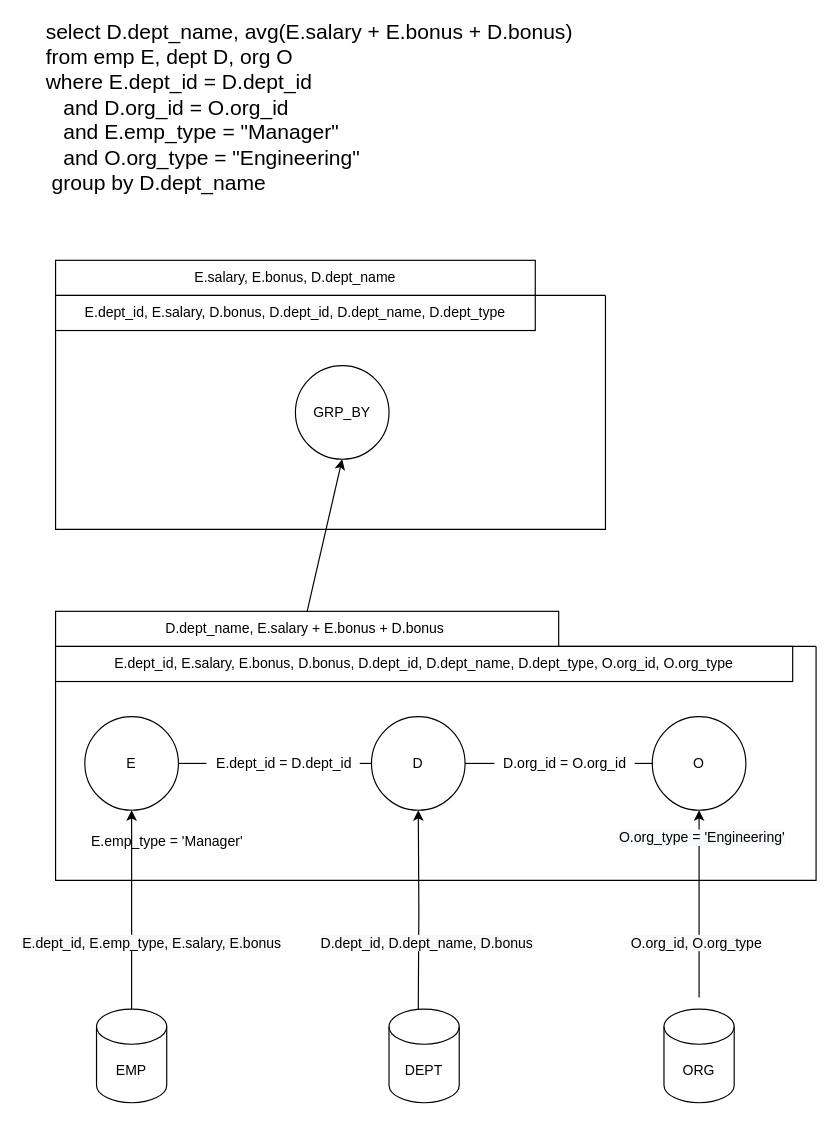
The draw.io diagram querygraph.drawio in adarshpannu/kona, before the edit. Source tidied: cells renumbered, new cells numbered last; positions are measured from the earlier drawing's top-left corner, leaving out a move shared by most shapes. Both pictures are drawn from the tidied source at 117%, with x=0, y=0 at pixel (20, 37).
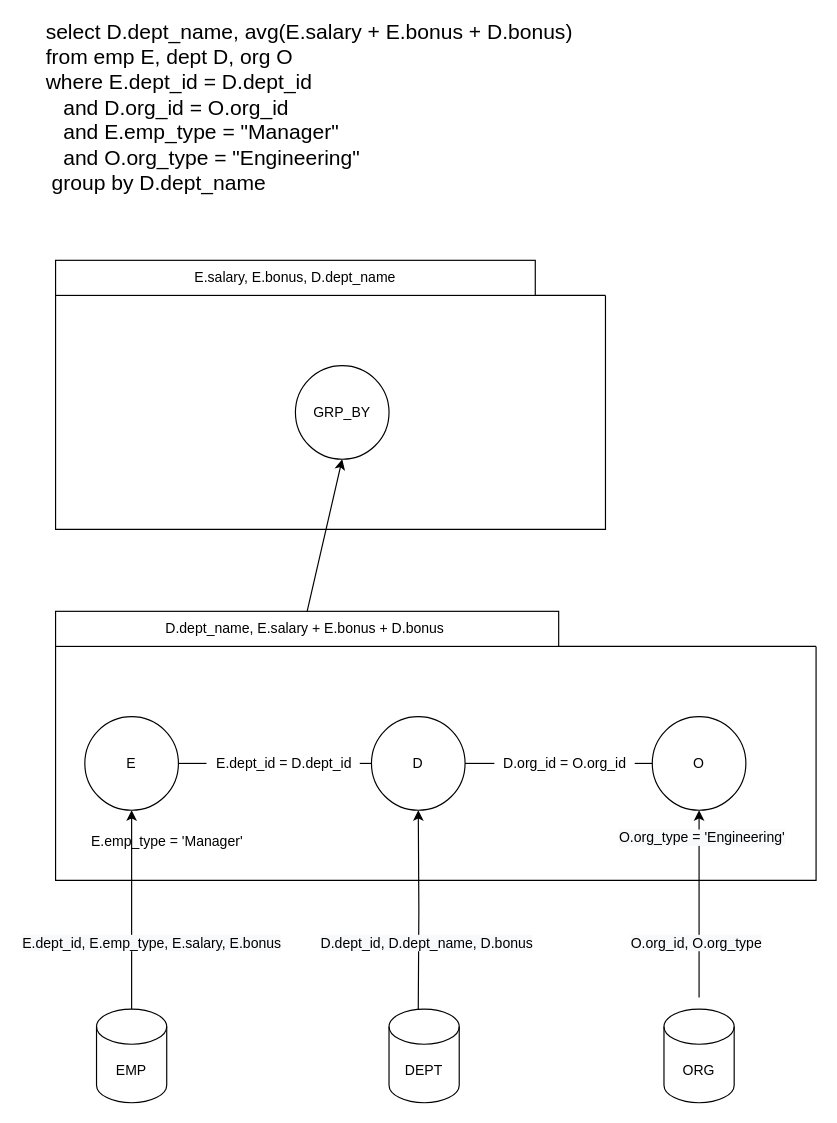
The same page after the edit.

Change to the diagram source:
```diff
@@
-    <mxCell id="18" value="E.dept_id, E.salary, E.bonus, D.bonus, D.dept_id, D.dept_name, D.dept_type, O.org_id, O.org_type" style="rounded=0;whiteSpace=wrap;html=1;" parent="1" vertex="1">
-      <mxGeometry x="30" y="520" width="630" height="30" as="geometry" />
-    </mxCell>
@@
-    <mxCell id="22" value="E.dept_id, E.salary, D.bonus, D.dept_id, D.dept_name, D.dept_type" style="rounded=0;whiteSpace=wrap;html=1;" parent="1" vertex="1">
-      <mxGeometry x="30" y="220" width="410" height="30" as="geometry" />
-    </mxCell>
```
